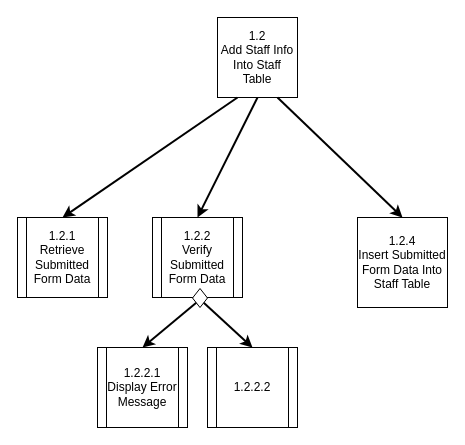
Before: page "1.2 Add Staff Info Into Staff Table" (2 of 2) of Diagrams/StructureCharts/StructChartProc1.drawio in Harlento/SchedulingSystem, a draw.io diagram. Source tidied: cells renumbered, new cells numbered last; positions are measured from the earlier drawing's top-left corner, leaving out a move shared by most shapes. Both pictures are drawn from the tidied source at 100%, with x=0, y=0 at pixel (17, 17).
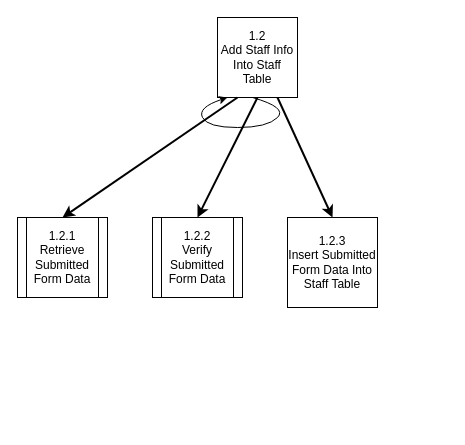
The same page after the edit.

What changed in the source:
```diff
@@
 <mxGraphModel>
   <root>
     <mxCell id="0" />
     <mxCell id="1" parent="0" />
     <mxCell id="2" value="1.2&lt;br&gt;Add Staff Info Into Staff Table" style="whiteSpace=wrap;html=1;" parent="1" vertex="1">
       <mxGeometry x="200" width="80" height="80" as="geometry" />
     </mxCell>
     <mxCell id="3" style="endArrow=classic;html=1;exitX=0.25;exitY=1;exitDx=0;exitDy=0;entryX=0.5;entryY=0;entryDx=0;entryDy=0;strokeWidth=2;" parent="1" edge="1" source="2" target="4">
       <mxGeometry relative="1" as="geometry" />
     </mxCell>
     <mxCell id="4" value="&lt;span style=&quot;white-space: normal&quot;&gt;1.2.1&lt;br&gt;&lt;/span&gt;Retrieve Submitted Form Data" style="shape=process;whiteSpace=wrap;html=1;backgroundOutline=1;" parent="1" vertex="1">
       <mxGeometry y="200" width="90" height="80" as="geometry" />
     </mxCell>
     <mxCell id="5" value="&lt;span style=&quot;white-space: normal&quot;&gt;1.2.2&lt;br&gt;&lt;/span&gt;Verify Submitted Form Data" style="shape=process;whiteSpace=wrap;html=1;backgroundOutline=1;" parent="1" vertex="1">
       <mxGeometry x="135" y="200" width="90" height="80" as="geometry" />
     </mxCell>
     <mxCell id="6" style="endArrow=classic;html=1;exitX=0.5;exitY=1;exitDx=0;exitDy=0;entryX=0.5;entryY=0;entryDx=0;entryDy=0;strokeWidth=2;" parent="1" edge="1" source="2" target="5">
       <mxGeometry relative="1" as="geometry" />
     </mxCell>
     <mxCell id="7" style="endArrow=classic;html=1;strokeWidth=2;entryX=0.5;entryY=0;entryDx=0;entryDy=0;exitX=0.75;exitY=1;exitDx=0;exitDy=0;" parent="1" edge="1" source="2" target="8">
       <mxGeometry relative="1" as="geometry" />
     </mxCell>
-    <mxCell id="8" value="1.2.4&lt;br&gt;Insert Submitted Form Data Into Staff Table" style="whiteSpace=wrap;html=1;" parent="1" vertex="1">
-      <mxGeometry x="340" y="200" width="90" height="90" as="geometry" />
+    <mxCell id="8" value="1.2.3&lt;br&gt;Insert Submitted Form Data Into Staff Table" style="whiteSpace=wrap;html=1;" parent="1" vertex="1">
+      <mxGeometry x="270" y="200" width="90" height="90" as="geometry" />
     </mxCell>
-    <mxCell id="9" style="rhombus;whiteSpace=wrap;html=1;fillColor=#FFFFFF;" parent="1" vertex="1">
-      <mxGeometry x="175" y="271" width="15" height="19" as="geometry" />
-    </mxCell>
-    <mxCell id="10" style="endArrow=classic;html=1;exitX=0;exitY=1;exitDx=0;exitDy=0;strokeWidth=2;entryX=0.5;entryY=0;entryDx=0;entryDy=0;" parent="1" edge="1" source="9" target="12">
-      <mxGeometry relative="1" as="geometry" />
-    </mxCell>
-    <mxCell id="11" style="endArrow=classic;html=1;exitX=1;exitY=1;exitDx=0;exitDy=0;strokeWidth=2;entryX=0.5;entryY=0;entryDx=0;entryDy=0;" parent="1" edge="1" source="9" target="13">
-      <mxGeometry relative="1" as="geometry" />
-    </mxCell>
-    <mxCell id="12" value="&lt;span style=&quot;white-space: normal&quot;&gt;1.2.2.1&lt;br&gt;&lt;/span&gt;Display Error Message" style="shape=process;whiteSpace=wrap;html=1;backgroundOutline=1;" parent="1" vertex="1">
-      <mxGeometry x="80" y="330" width="90" height="80" as="geometry" />
-    </mxCell>
-    <mxCell id="13" value="&lt;span style=&quot;white-space: normal&quot;&gt;1.2.2.2&lt;br&gt;&lt;/span&gt;" style="shape=process;whiteSpace=wrap;html=1;backgroundOutline=1;" parent="1" vertex="1">
-      <mxGeometry x="190" y="330" width="90" height="80" as="geometry" />
-    </mxCell>
+    <mxCell id="14" style="endArrow=classic;html=1;curved=1;" parent="1" edge="1">
+      <mxGeometry relative="1" as="geometry">
+        <mxPoint x="235" y="80" as="sourcePoint" />
+        <mxPoint x="210" y="80" as="targetPoint" />
+        <Array as="points">
+          <mxPoint x="270" y="90" />
+          <mxPoint x="250" y="110" />
+          <mxPoint x="190" y="110" />
+          <mxPoint x="180" y="90" />
+        </Array>
+      </mxGeometry>
+    </mxCell>
   </root>
 </mxGraphModel>
```
